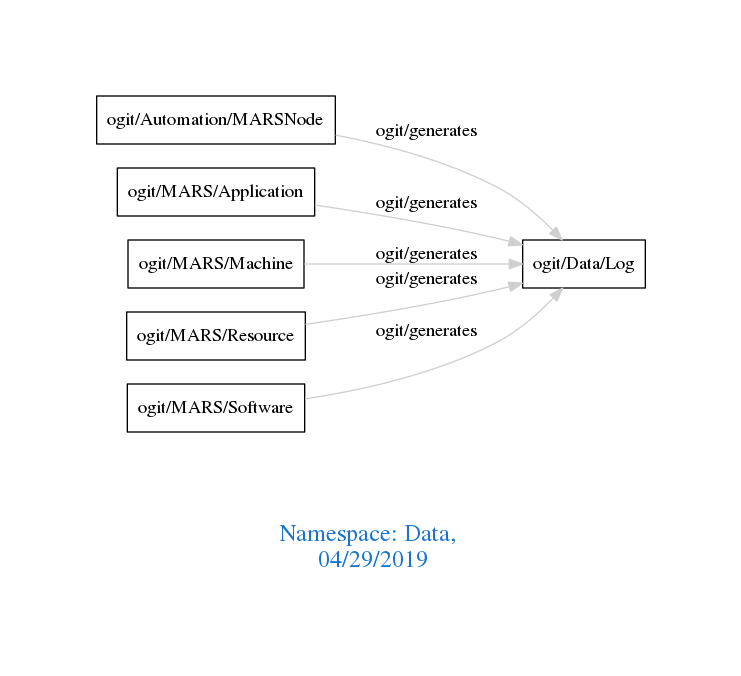
Earlier version of the Graphviz export downloads/Data.png (arago/OGIT). Its source is kept beside it as downloads/Data.dot.
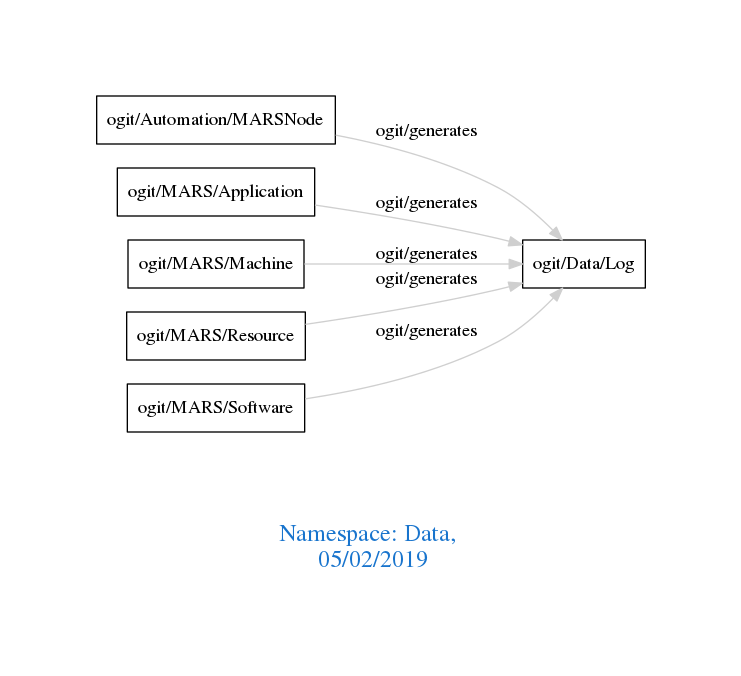
Above is the later version.

Diff of the diagram source:
```diff
@@ -1,7 +1,7 @@
 digraph OGIT_ontology {
  graph [ rankdir= LR,pad=1
 fontsize = 18,
-fontcolor= dodgerblue3,label = "\n\n\nNamespace: Data, \n 04/29/2019"];
+fontcolor= dodgerblue3,label = "\n\n\nNamespace: Data, \n 05/02/2019"];
 node[shape=polygon];
 edge [  color="gray81"];
 
```
